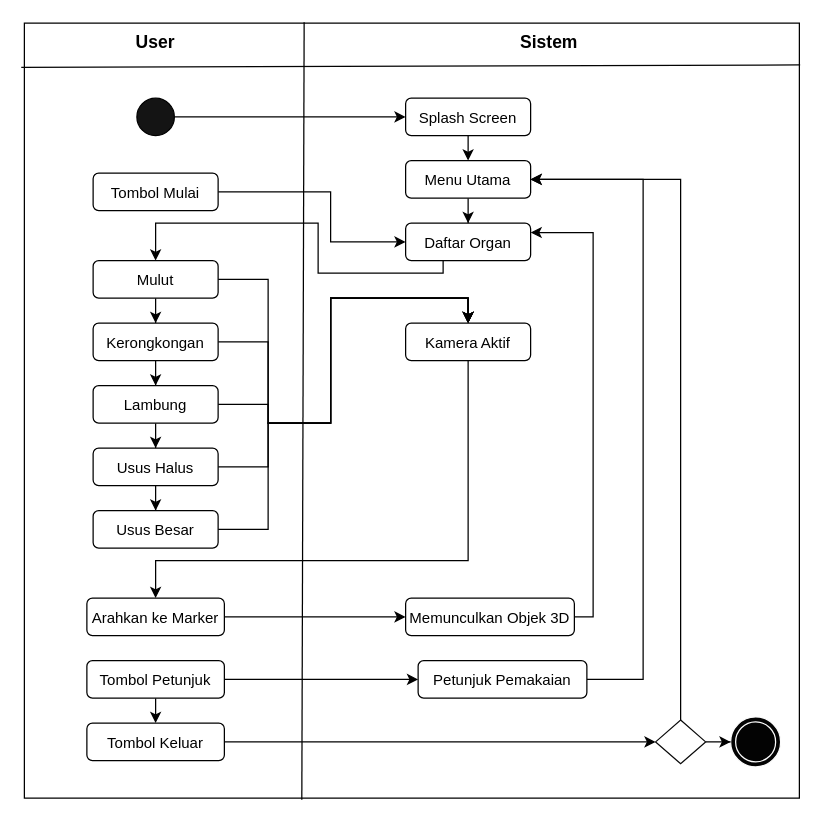
Before: page "Page-3" (3 of 3) of Flowchart penelitian.drawio in matakridha/Teori_WEB, a draw.io diagram. Source tidied: cells renumbered, new cells numbered last; positions are measured from the earlier drawing's top-left corner, leaving out a move shared by most shapes. Both pictures are drawn from the tidied source at 125%, with x=0, y=0 at pixel (24, 22).
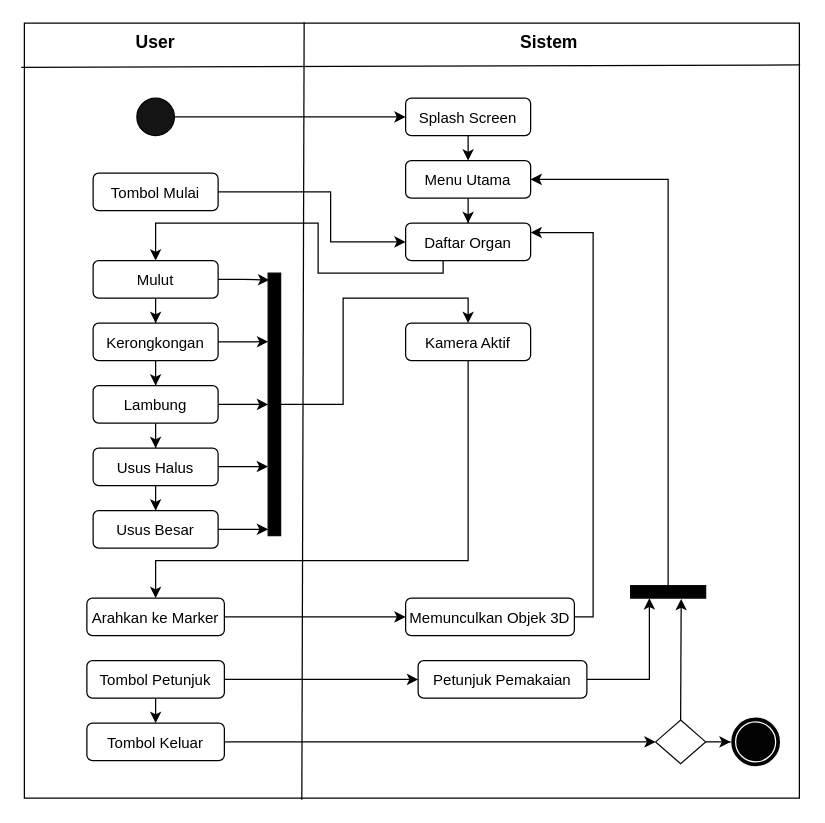
Above is the later version.

The change refers to these unchanged cells:
```xml
<mxCell id="12" value="&lt;font style=&quot;font-size: 12px&quot;&gt;Menu Utama&lt;/font&gt;" style="rounded=1;whiteSpace=wrap;html=1;fontSize=14;fillColor=#FFFFFF;" parent="1" vertex="1">
  <mxGeometry x="305" y="110" width="100" height="30" as="geometry" />
</mxCell>
<mxCell id="20" value="&lt;font style=&quot;font-size: 12px&quot;&gt;Mulut&lt;/font&gt;" style="rounded=1;whiteSpace=wrap;html=1;fontSize=14;fillColor=#FFFFFF;" parent="1" vertex="1">
  <mxGeometry x="55" y="190" width="100" height="30" as="geometry" />
</mxCell>
<mxCell id="23" value="&lt;font style=&quot;font-size: 12px&quot;&gt;Kerongkongan&lt;/font&gt;" style="rounded=1;whiteSpace=wrap;html=1;fontSize=14;fillColor=#FFFFFF;" parent="1" vertex="1">
  <mxGeometry x="55" y="240" width="100" height="30" as="geometry" />
</mxCell>
<mxCell id="26" value="&lt;span style=&quot;font-size: 12px&quot;&gt;Lambung&lt;/span&gt;" style="rounded=1;whiteSpace=wrap;html=1;fontSize=14;fillColor=#FFFFFF;" parent="1" vertex="1">
  <mxGeometry x="55" y="290" width="100" height="30" as="geometry" />
</mxCell>
<mxCell id="29" value="&lt;span style=&quot;font-size: 12px&quot;&gt;Usus Halus&lt;/span&gt;" style="rounded=1;whiteSpace=wrap;html=1;fontSize=14;fillColor=#FFFFFF;" parent="1" vertex="1">
  <mxGeometry x="55" y="340" width="100" height="30" as="geometry" />
</mxCell>
<mxCell id="31" value="&lt;span style=&quot;font-size: 12px&quot;&gt;Usus Besar&lt;/span&gt;" style="rounded=1;whiteSpace=wrap;html=1;fontSize=14;fillColor=#FFFFFF;" parent="1" vertex="1">
  <mxGeometry x="55" y="390" width="100" height="30" as="geometry" />
</mxCell>
<mxCell id="33" value="&lt;font style=&quot;font-size: 12px&quot;&gt;Kamera Aktif&lt;/font&gt;" style="rounded=1;whiteSpace=wrap;html=1;fontSize=14;fillColor=#FFFFFF;" parent="1" vertex="1">
  <mxGeometry x="305" y="240" width="100" height="30" as="geometry" />
</mxCell>
<mxCell id="44" value="&lt;font style=&quot;font-size: 12px&quot;&gt;Petunjuk Pemakaian&lt;/font&gt;" style="rounded=1;whiteSpace=wrap;html=1;fontSize=14;fillColor=#FFFFFF;" parent="1" vertex="1">
  <mxGeometry x="315" y="510" width="135" height="30" as="geometry" />
</mxCell>
<mxCell id="48" style="rhombus;whiteSpace=wrap;html=1;fontSize=12;strokeColor=#0A0A0A;fillColor=#FFFFFF;" parent="1" vertex="1">
  <mxGeometry x="505" y="557.5" width="40" height="35" as="geometry" />
</mxCell>
```

Change to the diagram source:
```diff
@@
-    <mxCell id="18" style="edgeStyle=orthogonalEdgeStyle;rounded=0;jettySize=auto;html=1;entryX=0.5;entryY=0;entryDx=0;entryDy=0;fontSize=12;" parent="1" edge="1" source="20" target="33">
-      <mxGeometry relative="1" as="geometry">
-        <Array as="points">
-          <mxPoint x="195" y="205" />
-          <mxPoint x="195" y="320" />
-          <mxPoint x="245" y="320" />
-          <mxPoint x="245" y="220" />
-          <mxPoint x="355" y="220" />
-        </Array>
-      </mxGeometry>
-    </mxCell>
@@
+    <mxCell id="49" style="edgeStyle=orthogonalEdgeStyle;rounded=0;jettySize=auto;html=1;entryX=0.091;entryY=0.026;entryDx=0;entryDy=0;entryPerimeter=0;fontSize=12;" parent="1" edge="1" source="20" target="57">
+      <mxGeometry relative="1" as="geometry" />
+    </mxCell>
@@
-    <mxCell id="21" style="edgeStyle=orthogonalEdgeStyle;rounded=0;jettySize=auto;html=1;entryX=0.5;entryY=0;entryDx=0;entryDy=0;fontSize=12;" parent="1" edge="1" source="23" target="33">
-      <mxGeometry relative="1" as="geometry">
-        <Array as="points">
-          <mxPoint x="195" y="255" />
-          <mxPoint x="195" y="320" />
-          <mxPoint x="245" y="320" />
-          <mxPoint x="245" y="220" />
-          <mxPoint x="355" y="220" />
-        </Array>
-      </mxGeometry>
-    </mxCell>
@@
+    <mxCell id="50" style="edgeStyle=orthogonalEdgeStyle;rounded=0;jettySize=auto;html=1;entryX=0.004;entryY=0.261;entryDx=0;entryDy=0;fontSize=12;entryPerimeter=0;" parent="1" edge="1" source="23" target="57">
+      <mxGeometry relative="1" as="geometry" />
+    </mxCell>
@@
-    <mxCell id="24" style="edgeStyle=orthogonalEdgeStyle;rounded=0;jettySize=auto;html=1;entryX=0.5;entryY=0;entryDx=0;entryDy=0;fontSize=12;exitX=1;exitY=0.5;exitDx=0;exitDy=0;" parent="1" edge="1" source="26" target="33">
-      <mxGeometry relative="1" as="geometry">
-        <Array as="points">
-          <mxPoint x="195" y="305" />
-          <mxPoint x="195" y="320" />
-          <mxPoint x="245" y="320" />
-          <mxPoint x="245" y="220" />
-          <mxPoint x="355" y="220" />
-        </Array>
-      </mxGeometry>
-    </mxCell>
@@
+    <mxCell id="51" style="edgeStyle=orthogonalEdgeStyle;rounded=0;jettySize=auto;html=1;entryX=0;entryY=0.5;entryDx=0;entryDy=0;fontSize=12;" parent="1" edge="1" source="26" target="57">
+      <mxGeometry relative="1" as="geometry" />
+    </mxCell>
@@
-    <mxCell id="27" style="edgeStyle=orthogonalEdgeStyle;rounded=0;jettySize=auto;html=1;entryX=0.5;entryY=0;entryDx=0;entryDy=0;fontSize=12;" parent="1" edge="1" source="29" target="33">
-      <mxGeometry relative="1" as="geometry">
-        <Array as="points">
-          <mxPoint x="195" y="355" />
-          <mxPoint x="195" y="320" />
-          <mxPoint x="245" y="320" />
-          <mxPoint x="245" y="220" />
-          <mxPoint x="355" y="220" />
-        </Array>
-      </mxGeometry>
-    </mxCell>
@@
+    <mxCell id="52" style="edgeStyle=orthogonalEdgeStyle;rounded=0;jettySize=auto;html=1;entryX=-0.013;entryY=0.737;entryDx=0;entryDy=0;fontSize=12;entryPerimeter=0;" parent="1" edge="1" source="29" target="57">
+      <mxGeometry relative="1" as="geometry">
+        <Array as="points">
+          <mxPoint x="195" y="355" />
+        </Array>
+      </mxGeometry>
+    </mxCell>
@@
-    <mxCell id="30" style="edgeStyle=orthogonalEdgeStyle;rounded=0;jettySize=auto;html=1;fontSize=12;entryX=0.5;entryY=0;entryDx=0;entryDy=0;" parent="1" edge="1" source="31" target="33">
-      <mxGeometry relative="1" as="geometry">
-        <Array as="points">
-          <mxPoint x="195" y="405" />
-          <mxPoint x="195" y="320" />
-          <mxPoint x="245" y="320" />
-          <mxPoint x="245" y="220" />
-          <mxPoint x="355" y="220" />
-        </Array>
-      </mxGeometry>
-    </mxCell>
+    <mxCell id="53" style="edgeStyle=orthogonalEdgeStyle;rounded=0;jettySize=auto;html=1;entryX=0;entryY=0.976;entryDx=0;entryDy=0;entryPerimeter=0;fontSize=12;" parent="1" edge="1" source="31" target="57">
+      <mxGeometry relative="1" as="geometry" />
+    </mxCell>
@@
-    <mxCell id="43" style="edgeStyle=orthogonalEdgeStyle;rounded=0;jettySize=auto;html=1;entryX=1;entryY=0.5;entryDx=0;entryDy=0;fontSize=12;" parent="1" edge="1" source="44" target="12">
-      <mxGeometry relative="1" as="geometry">
-        <Array as="points">
-          <mxPoint x="495" y="525" />
-          <mxPoint x="495" y="125" />
-        </Array>
-      </mxGeometry>
-    </mxCell>
+    <mxCell id="54" style="edgeStyle=orthogonalEdgeStyle;rounded=0;jettySize=auto;html=1;exitX=1;exitY=0.5;exitDx=0;exitDy=0;entryX=0.25;entryY=1;entryDx=0;entryDy=0;fontSize=12;" parent="1" edge="1" source="44" target="59">
+      <mxGeometry relative="1" as="geometry" />
+    </mxCell>
@@
-    <mxCell id="47" style="edgeStyle=orthogonalEdgeStyle;rounded=0;jettySize=auto;html=1;exitX=0.5;exitY=0;exitDx=0;exitDy=0;fontSize=12;entryX=1;entryY=0.5;entryDx=0;entryDy=0;" parent="1" edge="1" source="48" target="12">
-      <mxGeometry relative="1" as="geometry">
-        <Array as="points">
-          <mxPoint x="525" y="125" />
-        </Array>
-      </mxGeometry>
-    </mxCell>
+    <mxCell id="55" style="edgeStyle=orthogonalEdgeStyle;rounded=0;jettySize=auto;html=1;exitX=0.5;exitY=0;exitDx=0;exitDy=0;entryX=0.674;entryY=1.069;entryDx=0;entryDy=0;fontSize=12;entryPerimeter=0;" parent="1" edge="1" source="48" target="59">
+      <mxGeometry relative="1" as="geometry">
+        <Array as="points">
+          <mxPoint x="525" y="557" />
+        </Array>
+      </mxGeometry>
+    </mxCell>
@@
+    <mxCell id="56" style="edgeStyle=orthogonalEdgeStyle;rounded=0;jettySize=auto;html=1;entryX=0.5;entryY=0;entryDx=0;entryDy=0;fontSize=12;" parent="1" edge="1" source="57" target="33">
+      <mxGeometry relative="1" as="geometry">
+        <Array as="points">
+          <mxPoint x="255" y="305" />
+          <mxPoint x="255" y="220" />
+          <mxPoint x="355" y="220" />
+        </Array>
+      </mxGeometry>
+    </mxCell>
+    <mxCell id="57" style="rounded=0;whiteSpace=wrap;html=1;fontSize=12;strokeColor=#0A0A0A;fillColor=#000000;" parent="1" vertex="1">
+      <mxGeometry x="195" y="200" width="10" height="210" as="geometry" />
+    </mxCell>
+    <mxCell id="58" style="edgeStyle=orthogonalEdgeStyle;rounded=0;jettySize=auto;html=1;entryX=1;entryY=0.5;entryDx=0;entryDy=0;fontSize=12;" parent="1" edge="1" source="59" target="12">
+      <mxGeometry relative="1" as="geometry">
+        <Array as="points">
+          <mxPoint x="515" y="125" />
+        </Array>
+      </mxGeometry>
+    </mxCell>
+    <mxCell id="59" style="rounded=0;whiteSpace=wrap;html=1;fontSize=12;strokeColor=#0A0A0A;fillColor=#000000;" parent="1" vertex="1">
+      <mxGeometry x="485" y="450" width="60" height="10" as="geometry" />
+    </mxCell>
```
